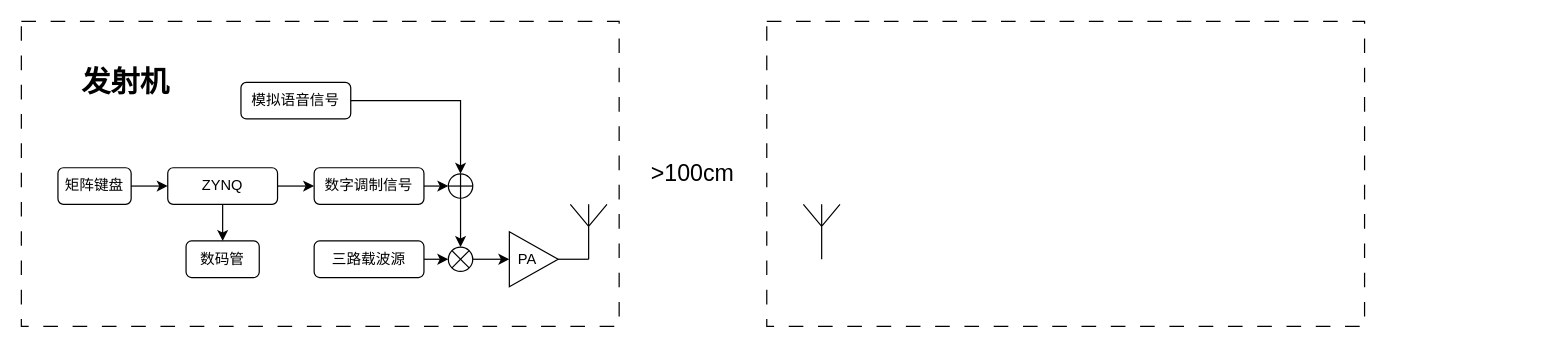
The draw.io diagram 21E整体框图.drawio in zeandon/draw.io, before the edit. Source tidied: cells renumbered, new cells numbered last; positions are measured from the earlier drawing's top-left corner, leaving out a move shared by most shapes. Both pictures are drawn from the tidied source at 122%, with x=0, y=0 at pixel (21, 21).
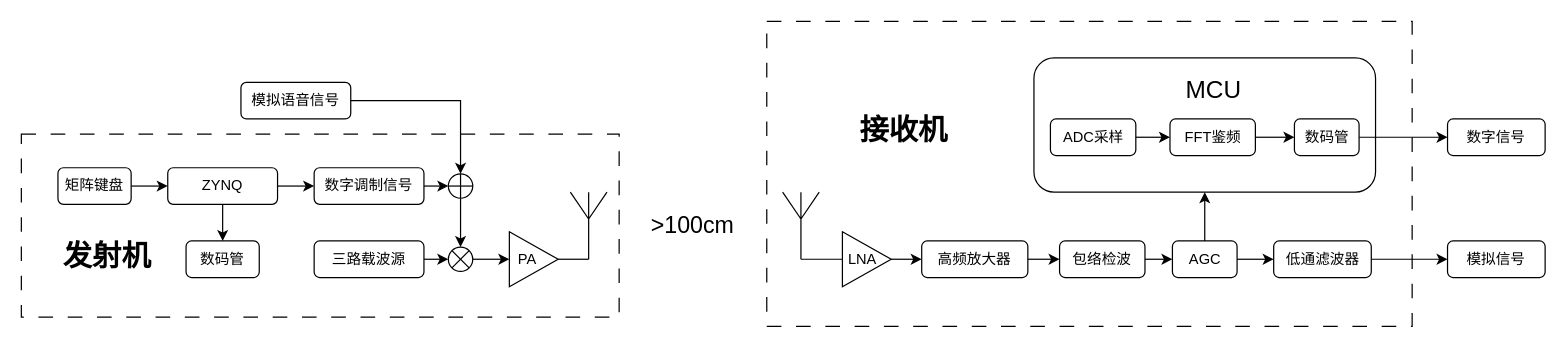
After the change.

Commit message (it also covers changes not shown here):
更新21E整体框图.drawio

Diff of the diagram source:
```diff
@@
     <mxCell id="2" style="rounded=0;whiteSpace=wrap;html=1;dashed=1;dashPattern=12 12;" parent="1" vertex="1">
-      <mxGeometry x="611" width="490" height="250" as="geometry" />
+      <mxGeometry x="611" width="529" height="250" as="geometry" />
     </mxCell>
     <mxCell id="3" style="rounded=0;whiteSpace=wrap;html=1;dashed=1;dashPattern=12 12;" parent="1" vertex="1">
-      <mxGeometry width="490" height="250" as="geometry" />
+      <mxGeometry y="92.5" width="490" height="150" as="geometry" />
     </mxCell>
@@
     <mxCell id="21" style="verticalLabelPosition=bottom;shadow=0;dashed=0;align=center;html=1;verticalAlign=top;shape=mxgraph.electrical.radio.aerial_-_antenna_1;" parent="1" vertex="1">
-      <mxGeometry x="450" y="150" width="30" height="45" as="geometry" />
+      <mxGeometry x="450" y="140" width="30" height="55" as="geometry" />
     </mxCell>
@@
     <mxCell id="23" value="发射机" style="text;strokeColor=none;fillColor=none;html=1;fontSize=24;fontStyle=1;verticalAlign=middle;align=center;" parent="1" vertex="1">
-      <mxGeometry x="35" y="30" width="100" height="40" as="geometry" />
+      <mxGeometry x="20" y="172.5" width="100" height="40" as="geometry" />
     </mxCell>
     <mxCell id="24" style="verticalLabelPosition=bottom;shadow=0;dashed=0;align=center;html=1;verticalAlign=top;shape=mxgraph.electrical.radio.aerial_-_antenna_1;" parent="1" vertex="1">
-      <mxGeometry x="641" y="150" width="30" height="45" as="geometry" />
+      <mxGeometry x="624" y="140" width="30" height="55" as="geometry" />
     </mxCell>
     <mxCell id="25" value="&amp;gt;100cm" style="text;strokeColor=none;fillColor=none;html=1;fontSize=19;fontStyle=0;verticalAlign=middle;align=center;" parent="1" vertex="1">
-      <mxGeometry x="500" y="105" width="100" height="40" as="geometry" />
+      <mxGeometry x="500" y="147.5" width="100" height="40" as="geometry" />
     </mxCell>
+    <mxCell id="26" value="LNA&amp;nbsp;&amp;nbsp;" style="triangle;whiteSpace=wrap;html=1;" parent="1" vertex="1">
+      <mxGeometry x="673" y="172.5" width="40" height="45" as="geometry" />
+    </mxCell>
+    <mxCell id="27" style="endArrow=none;html=1;rounded=0;exitX=0.5;exitY=1;exitDx=0;exitDy=0;entryX=0;entryY=0.5;entryDx=0;entryDy=0;exitPerimeter=0;" parent="1" edge="1" source="24" target="26">
+      <mxGeometry relative="1" as="geometry" />
+    </mxCell>
+    <mxCell id="28" value="高频放大器" style="rounded=1;whiteSpace=wrap;html=1;" parent="1" vertex="1">
+      <mxGeometry x="738" y="180" width="87" height="30" as="geometry" />
+    </mxCell>
+    <mxCell id="29" style="endArrow=classic;html=1;rounded=0;entryX=0;entryY=0.5;entryDx=0;entryDy=0;exitX=1;exitY=0.5;exitDx=0;exitDy=0;" parent="1" edge="1" source="26" target="28">
+      <mxGeometry relative="1" as="geometry" />
+    </mxCell>
+    <mxCell id="30" value="包络检波" style="rounded=1;whiteSpace=wrap;html=1;" parent="1" vertex="1">
+      <mxGeometry x="851" y="180" width="70" height="30" as="geometry" />
+    </mxCell>
+    <mxCell id="31" value="AGC" style="rounded=1;whiteSpace=wrap;html=1;" parent="1" vertex="1">
+      <mxGeometry x="943.5" y="180" width="53" height="30" as="geometry" />
+    </mxCell>
+    <mxCell id="32" value="低通滤波器" style="rounded=1;whiteSpace=wrap;html=1;" parent="1" vertex="1">
+      <mxGeometry x="1026.5" y="180" width="80" height="30" as="geometry" />
+    </mxCell>
+    <mxCell id="33" style="endArrow=classic;html=1;rounded=0;entryX=0;entryY=0.5;entryDx=0;entryDy=0;exitX=1;exitY=0.5;exitDx=0;exitDy=0;" parent="1" edge="1" source="28" target="30">
+      <mxGeometry relative="1" as="geometry" />
+    </mxCell>
+    <mxCell id="34" style="endArrow=classic;html=1;rounded=0;entryX=0;entryY=0.5;entryDx=0;entryDy=0;exitX=1;exitY=0.5;exitDx=0;exitDy=0;" parent="1" edge="1" source="30" target="31">
+      <mxGeometry relative="1" as="geometry" />
+    </mxCell>
+    <mxCell id="35" style="endArrow=classic;html=1;rounded=0;entryX=0;entryY=0.5;entryDx=0;entryDy=0;exitX=1;exitY=0.5;exitDx=0;exitDy=0;" parent="1" edge="1" source="31" target="32">
+      <mxGeometry relative="1" as="geometry" />
+    </mxCell>
+    <mxCell id="36" style="rounded=1;whiteSpace=wrap;html=1;" parent="1" vertex="1">
+      <mxGeometry x="830" y="30" width="280" height="110" as="geometry" />
+    </mxCell>
+    <mxCell id="37" value="ADC采样" style="rounded=1;whiteSpace=wrap;html=1;" parent="1" vertex="1">
+      <mxGeometry x="843.5" y="80" width="70" height="30" as="geometry" />
+    </mxCell>
+    <mxCell id="38" value="FFT鉴频" style="rounded=1;whiteSpace=wrap;html=1;" parent="1" vertex="1">
+      <mxGeometry x="941.5" y="80" width="70" height="30" as="geometry" />
+    </mxCell>
+    <mxCell id="39" value="数码管" style="rounded=1;whiteSpace=wrap;html=1;" parent="1" vertex="1">
+      <mxGeometry x="1043.5" y="80" width="53" height="30" as="geometry" />
+    </mxCell>
+    <mxCell id="40" style="endArrow=classic;html=1;rounded=0;entryX=0;entryY=0.5;entryDx=0;entryDy=0;exitX=1;exitY=0.5;exitDx=0;exitDy=0;" parent="1" edge="1" source="37" target="38">
+      <mxGeometry relative="1" as="geometry" />
+    </mxCell>
+    <mxCell id="41" style="endArrow=classic;html=1;rounded=0;entryX=0;entryY=0.5;entryDx=0;entryDy=0;exitX=1;exitY=0.5;exitDx=0;exitDy=0;" parent="1" edge="1" source="38" target="39">
+      <mxGeometry relative="1" as="geometry" />
+    </mxCell>
+    <mxCell id="42" style="endArrow=classic;html=1;rounded=0;exitX=1;exitY=0.5;exitDx=0;exitDy=0;entryX=0;entryY=0.5;entryDx=0;entryDy=0;" parent="1" edge="1" source="39" target="45">
+      <mxGeometry relative="1" as="geometry" />
+    </mxCell>
+    <mxCell id="43" style="endArrow=classic;html=1;rounded=0;exitX=1;exitY=0.5;exitDx=0;exitDy=0;entryX=0;entryY=0.5;entryDx=0;entryDy=0;" parent="1" edge="1" source="32" target="44">
+      <mxGeometry relative="1" as="geometry" />
+    </mxCell>
+    <mxCell id="44" value="模拟信号" style="rounded=1;whiteSpace=wrap;html=1;" parent="1" vertex="1">
+      <mxGeometry x="1169" y="180" width="80" height="30" as="geometry" />
+    </mxCell>
+    <mxCell id="45" value="数字信号" style="rounded=1;whiteSpace=wrap;html=1;" parent="1" vertex="1">
+      <mxGeometry x="1169" y="80" width="80" height="30" as="geometry" />
+    </mxCell>
+    <mxCell id="46" value="接收机" style="text;strokeColor=none;fillColor=none;html=1;fontSize=24;fontStyle=1;verticalAlign=middle;align=center;" parent="1" vertex="1">
+      <mxGeometry x="673" y="70" width="100" height="40" as="geometry" />
+    </mxCell>
+    <mxCell id="47" value="MCU" style="text;strokeColor=none;fillColor=none;html=1;fontSize=20;fontStyle=0;verticalAlign=middle;align=center;" parent="1" vertex="1">
+      <mxGeometry x="926.5" y="35" width="100" height="40" as="geometry" />
+    </mxCell>
+    <mxCell id="48" style="endArrow=classic;html=1;rounded=0;entryX=0.5;entryY=1;entryDx=0;entryDy=0;exitX=0.5;exitY=0;exitDx=0;exitDy=0;" parent="1" edge="1" source="31" target="36">
+      <mxGeometry relative="1" as="geometry" />
+    </mxCell>
```
